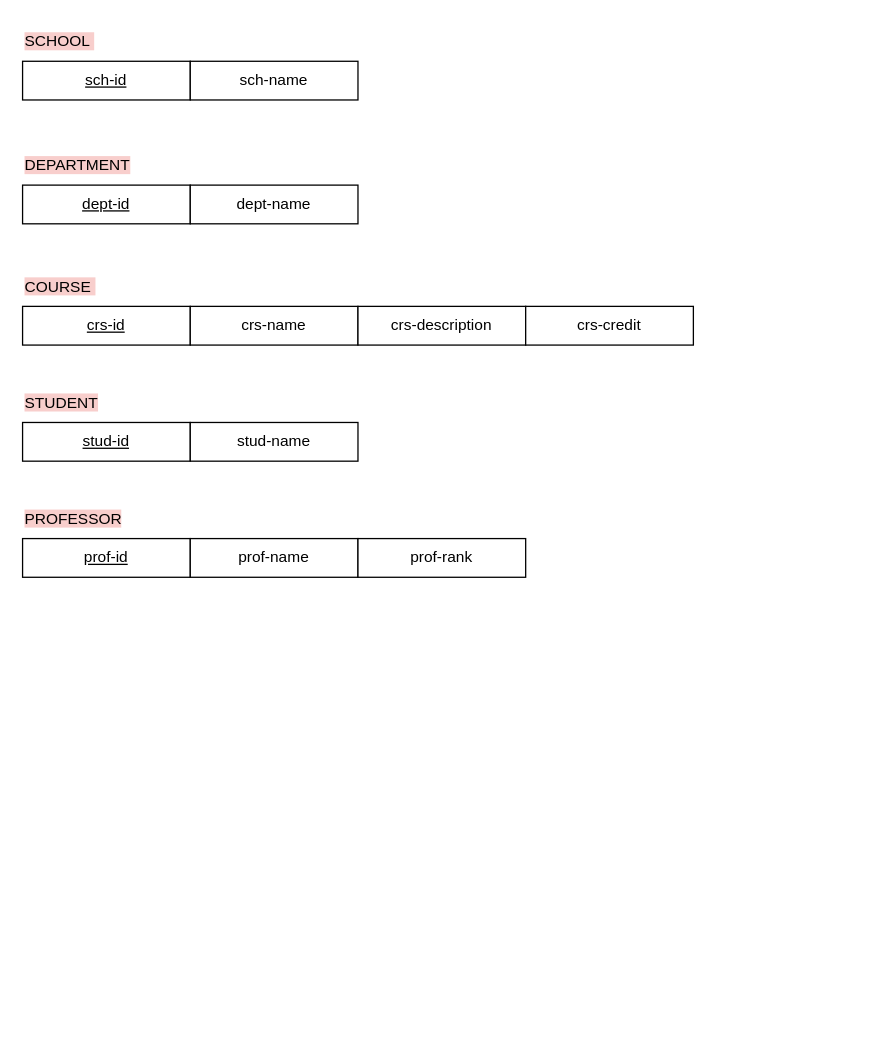
This is page "校務教務資料庫1" (3 of 4) of HW2/HW2.drawio from alicejimmy/2022-Bioinformatics-and-Medical-Databases-HW, a draw.io file, before an edit. Source tidied: cells renumbered, new cells numbered last; positions are measured from the earlier drawing's top-left corner, leaving out a move shared by most shapes. Both pictures are drawn from the tidied source at 129%, with x=0, y=0 at pixel (22, 22).
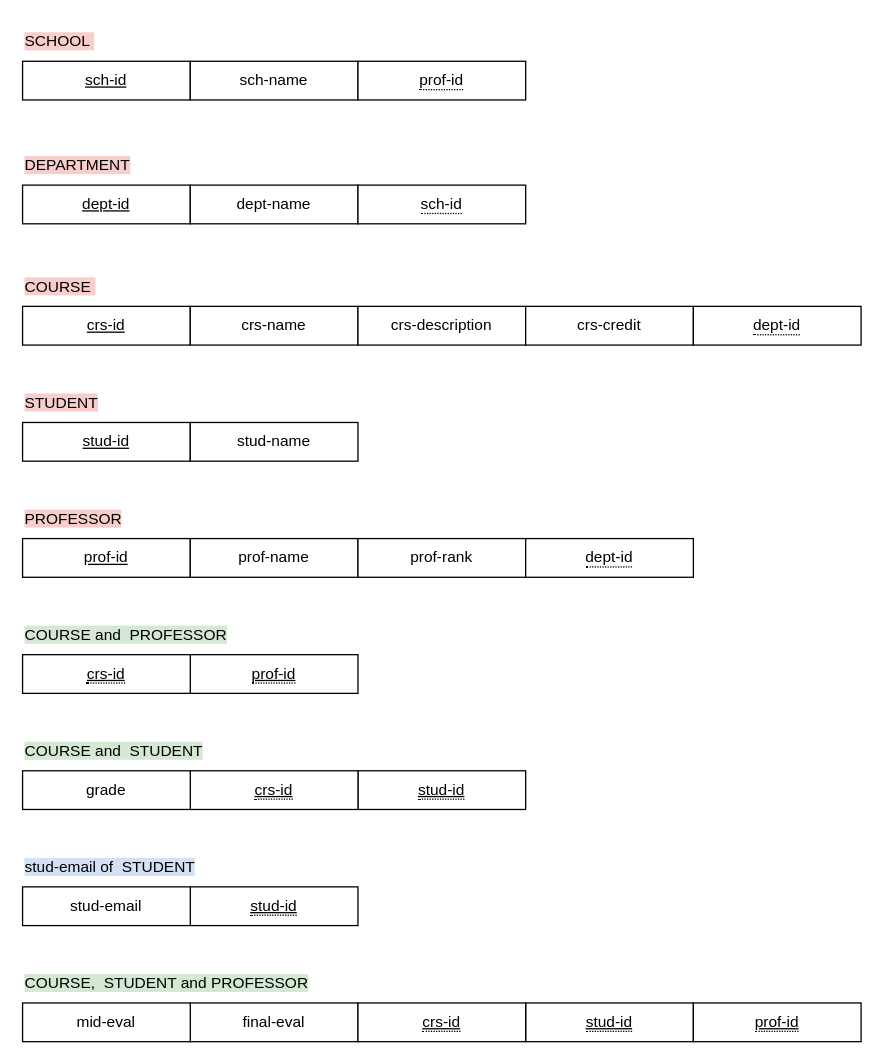
The same page after the edit.

Diff of the diagram source:
```diff
@@
+    <mxCell id="20" value="&lt;span style=&quot;border-bottom: 1px dotted&quot;&gt;prof-id&lt;/span&gt;" style="whiteSpace=wrap;html=1;align=center;" parent="1" vertex="1">
+      <mxGeometry x="260" y="30" width="130" height="30" as="geometry" />
+    </mxCell>
+    <mxCell id="21" value="&lt;span style=&quot;border-bottom: 1px dotted&quot;&gt;sch-id&lt;/span&gt;" style="whiteSpace=wrap;html=1;align=center;" parent="1" vertex="1">
+      <mxGeometry x="260" y="126" width="130" height="30" as="geometry" />
+    </mxCell>
+    <mxCell id="22" value="&lt;span style=&quot;border-bottom: 1px dotted&quot;&gt;dept-id&lt;/span&gt;" style="whiteSpace=wrap;html=1;align=center;" parent="1" vertex="1">
+      <mxGeometry x="390" y="400" width="130" height="30" as="geometry" />
+    </mxCell>
+    <mxCell id="23" value="&lt;span style=&quot;border-bottom: 1px dotted&quot;&gt;dept-id&lt;/span&gt;" style="whiteSpace=wrap;html=1;align=center;" parent="1" vertex="1">
+      <mxGeometry x="520" y="220" width="130" height="30" as="geometry" />
+    </mxCell>
+    <mxCell id="24" value="&lt;span style=&quot;background-color: rgb(213, 232, 212);&quot;&gt;COURSE and&amp;nbsp;&amp;nbsp;PROFESSOR&lt;/span&gt;" style="text;html=1;align=left;verticalAlign=middle;strokeColor=none;fillColor=none;" parent="1" vertex="1">
+      <mxGeometry y="460" width="180" height="30" as="geometry" />
+    </mxCell>
+    <mxCell id="25" value="&lt;span style=&quot;border-bottom: 1px dotted&quot;&gt;&lt;u&gt;prof-id&lt;/u&gt;&lt;/span&gt;" style="whiteSpace=wrap;html=1;align=center;" parent="1" vertex="1">
+      <mxGeometry x="130" y="490" width="130" height="30" as="geometry" />
+    </mxCell>
+    <mxCell id="26" value="&lt;span style=&quot;border-bottom: 1px dotted&quot;&gt;&lt;u&gt;crs-id&lt;/u&gt;&lt;/span&gt;" style="whiteSpace=wrap;html=1;align=center;" parent="1" vertex="1">
+      <mxGeometry y="490" width="130" height="30" as="geometry" />
+    </mxCell>
+    <mxCell id="27" value="&lt;span style=&quot;background-color: rgb(213, 232, 212);&quot;&gt;COURSE and&amp;nbsp;&amp;nbsp;STUDENT&lt;/span&gt;" style="text;html=1;align=left;verticalAlign=middle;strokeColor=none;fillColor=none;" parent="1" vertex="1">
+      <mxGeometry y="550" width="160" height="30" as="geometry" />
+    </mxCell>
+    <mxCell id="28" value="&lt;span style=&quot;border-bottom: 1px dotted&quot;&gt;&lt;u&gt;stud-id&lt;/u&gt;&lt;/span&gt;" style="whiteSpace=wrap;html=1;align=center;" parent="1" vertex="1">
+      <mxGeometry x="260" y="580" width="130" height="30" as="geometry" />
+    </mxCell>
+    <mxCell id="29" value="&lt;span style=&quot;border-bottom: 1px dotted&quot;&gt;&lt;u&gt;crs-id&lt;/u&gt;&lt;/span&gt;" style="whiteSpace=wrap;html=1;align=center;" parent="1" vertex="1">
+      <mxGeometry x="130" y="580" width="130" height="30" as="geometry" />
+    </mxCell>
+    <mxCell id="30" value="grade" style="whiteSpace=wrap;html=1;align=center;" parent="1" vertex="1">
+      <mxGeometry y="580" width="130" height="30" as="geometry" />
+    </mxCell>
+    <mxCell id="31" value="&lt;span style=&quot;background-color: rgb(212, 225, 245);&quot;&gt;stud-email&amp;nbsp;of&amp;nbsp; STUDENT&lt;/span&gt;" style="text;html=1;align=left;verticalAlign=middle;strokeColor=none;fillColor=none;" parent="1" vertex="1">
+      <mxGeometry y="640" width="160" height="30" as="geometry" />
+    </mxCell>
+    <mxCell id="32" value="&lt;span style=&quot;border-bottom: 1px dotted&quot;&gt;&lt;u&gt;stud-id&lt;/u&gt;&lt;/span&gt;" style="whiteSpace=wrap;html=1;align=center;" parent="1" vertex="1">
+      <mxGeometry x="130" y="670" width="130" height="30" as="geometry" />
+    </mxCell>
+    <mxCell id="33" value="stud-email&lt;br/&gt;" style="whiteSpace=wrap;html=1;align=center;" parent="1" vertex="1">
+      <mxGeometry y="670" width="130" height="30" as="geometry" />
+    </mxCell>
+    <mxCell id="34" value="&lt;span style=&quot;background-color: rgb(213, 232, 212);&quot;&gt;COURSE,&amp;nbsp; STUDENT and&amp;nbsp;&lt;/span&gt;&lt;span style=&quot;background-color: rgb(213, 232, 212);&quot;&gt;PROFESSOR&lt;/span&gt;" style="text;html=1;align=left;verticalAlign=middle;strokeColor=none;fillColor=none;" parent="1" vertex="1">
+      <mxGeometry y="730" width="240" height="30" as="geometry" />
+    </mxCell>
+    <mxCell id="35" value="final-eval" style="whiteSpace=wrap;html=1;align=center;" parent="1" vertex="1">
+      <mxGeometry x="130" y="760" width="130" height="30" as="geometry" />
+    </mxCell>
+    <mxCell id="36" value="mid-eval&lt;br/&gt;" style="whiteSpace=wrap;html=1;align=center;" parent="1" vertex="1">
+      <mxGeometry y="760" width="130" height="30" as="geometry" />
+    </mxCell>
+    <mxCell id="37" value="&lt;span style=&quot;border-bottom: 1px dotted&quot;&gt;&lt;u&gt;stud-id&lt;/u&gt;&lt;/span&gt;" style="whiteSpace=wrap;html=1;align=center;" parent="1" vertex="1">
+      <mxGeometry x="390" y="760" width="130" height="30" as="geometry" />
+    </mxCell>
+    <mxCell id="38" value="&lt;span style=&quot;border-bottom: 1px dotted&quot;&gt;&lt;u&gt;crs-id&lt;/u&gt;&lt;/span&gt;" style="whiteSpace=wrap;html=1;align=center;" parent="1" vertex="1">
+      <mxGeometry x="260" y="760" width="130" height="30" as="geometry" />
+    </mxCell>
+    <mxCell id="39" value="&lt;span style=&quot;border-bottom: 1px dotted&quot;&gt;&lt;u&gt;prof-id&lt;/u&gt;&lt;/span&gt;" style="whiteSpace=wrap;html=1;align=center;" parent="1" vertex="1">
+      <mxGeometry x="520" y="760" width="130" height="30" as="geometry" />
+    </mxCell>
```
